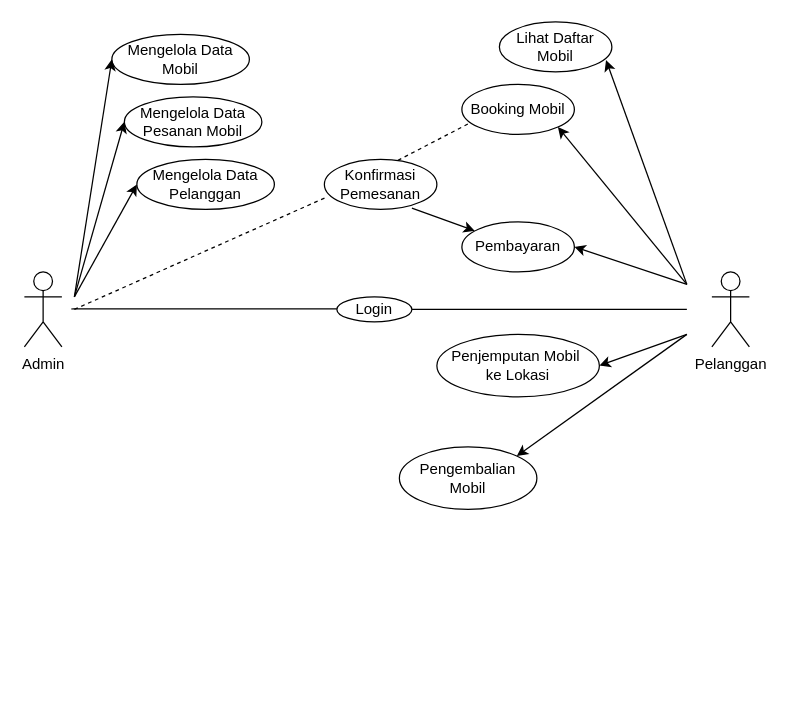
This is Use Case Diagram.drawio from AstinaWahyuni/Proyek, a draw.io file, before an edit. Source tidied: cells renumbered, new cells numbered last; positions are measured from the earlier drawing's top-left corner, leaving out a move shared by most shapes. Both pictures are drawn from the tidied source at 125%, with x=0, y=0 at pixel (24, 21).
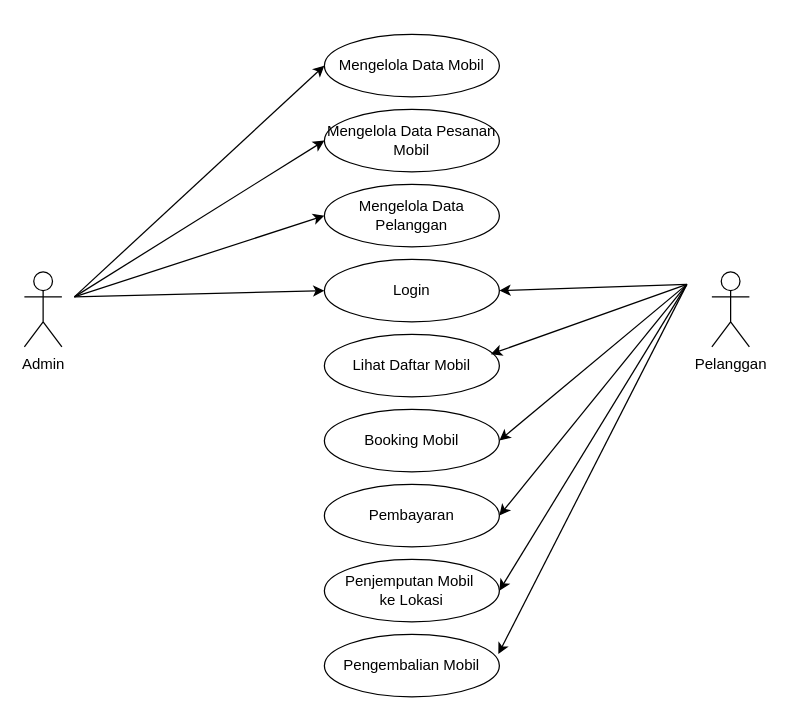
The same page after the edit.

Change to the diagram source:
```diff
@@
-    <mxCell id="4" style="edgeStyle=orthogonalEdgeStyle;rounded=0;orthogonalLoop=1;jettySize=auto;html=1;entryX=0;entryY=0.472;entryDx=0;entryDy=0;entryPerimeter=0;endArrow=none;endFill=0;" parent="1" edge="1">
-      <mxGeometry relative="1" as="geometry">
-        <mxPoint x="250" y="229.6" as="sourcePoint" />
-        <mxPoint x="37.5" y="229.7" as="targetPoint" />
-        <Array as="points">
-          <mxPoint x="39.5" y="229.6" />
-          <mxPoint x="39.5" y="229.6" />
-        </Array>
-      </mxGeometry>
-    </mxCell>
-    <mxCell id="5" style="edgeStyle=orthogonalEdgeStyle;rounded=0;jettySize=auto;html=1;endArrow=none;endFill=0;" parent="1" edge="1" source="6">
-      <mxGeometry relative="1" as="geometry">
-        <mxPoint x="530" y="230" as="targetPoint" />
-        <Array as="points">
-          <mxPoint x="530" y="230" />
-        </Array>
-      </mxGeometry>
-    </mxCell>
     <mxCell id="6" value="Login" style="ellipse;whiteSpace=wrap;html=1;" parent="1" vertex="1">
-      <mxGeometry x="250" y="220" width="60" height="20" as="geometry" />
+      <mxGeometry x="240" y="190" width="140" height="50" as="geometry" />
     </mxCell>
-    <mxCell id="7" style="endArrow=none;html=1;rounded=0;startArrow=classic;startFill=1;exitX=1;exitY=1;exitDx=0;exitDy=0;" parent="1" edge="1" source="14">
+    <mxCell id="7" style="endArrow=none;html=1;rounded=0;startArrow=classic;startFill=1;exitX=1;exitY=0.5;exitDx=0;exitDy=0;" parent="1" edge="1" source="14">
       <mxGeometry relative="1" as="geometry">
         <mxPoint x="530" y="210" as="targetPoint" />
       </mxGeometry>
     </mxCell>
     <mxCell id="8" value="Mengelola Data Mobil" style="ellipse;whiteSpace=wrap;html=1;" parent="1" vertex="1">
-      <mxGeometry x="70" y="10" width="110" height="40" as="geometry" />
+      <mxGeometry x="240" y="10" width="140" height="50" as="geometry" />
     </mxCell>
     <mxCell id="9" value="Mengelola Data Pesanan Mobil" style="ellipse;whiteSpace=wrap;html=1;" parent="1" vertex="1">
-      <mxGeometry x="80" y="60" width="110" height="40" as="geometry" />
+      <mxGeometry x="240" y="70" width="140" height="50" as="geometry" />
     </mxCell>
     <mxCell id="10" value="Mengelola Data Pelanggan" style="ellipse;whiteSpace=wrap;html=1;" parent="1" vertex="1">
-      <mxGeometry x="90" y="110" width="110" height="40" as="geometry" />
+      <mxGeometry x="240" y="130" width="140" height="50" as="geometry" />
     </mxCell>
@@
     <mxCell id="14" value="Booking Mobil" style="ellipse;whiteSpace=wrap;html=1;" parent="1" vertex="1">
-      <mxGeometry x="350" y="50" width="90" height="40" as="geometry" />
+      <mxGeometry x="240" y="310" width="140" height="50" as="geometry" />
     </mxCell>
-    <mxCell id="15" value="Konfirmasi Pemesanan" style="ellipse;whiteSpace=wrap;html=1;" parent="1" vertex="1">
-      <mxGeometry x="240" y="110" width="90" height="40" as="geometry" />
-    </mxCell>
-    <mxCell id="16" style="endArrow=none;html=1;rounded=0;dashed=1;endFill=0;startArrow=none;startFill=0;entryX=0.012;entryY=0.763;entryDx=0;entryDy=0;entryPerimeter=0;" parent="1" edge="1" target="15">
-      <mxGeometry relative="1" as="geometry">
-        <mxPoint x="40" y="230" as="sourcePoint" />
-      </mxGeometry>
-    </mxCell>
     <mxCell id="17" value="Pembayaran" style="ellipse;whiteSpace=wrap;html=1;" parent="1" vertex="1">
-      <mxGeometry x="350" y="160" width="90" height="40" as="geometry" />
+      <mxGeometry x="240" y="370" width="140" height="50" as="geometry" />
     </mxCell>
@@
     <mxCell id="19" value="Lihat Daftar Mobil" style="ellipse;whiteSpace=wrap;html=1;" parent="1" vertex="1">
-      <mxGeometry x="380" width="90" height="40" as="geometry" />
+      <mxGeometry x="240" y="250" width="140" height="50" as="geometry" />
     </mxCell>
-    <mxCell id="20" style="endArrow=none;html=1;rounded=0;startArrow=classic;startFill=1;exitX=0.948;exitY=0.763;exitDx=0;exitDy=0;exitPerimeter=0;" parent="1" edge="1" source="19">
+    <mxCell id="20" style="endArrow=none;html=1;rounded=0;startArrow=classic;startFill=1;exitX=0.951;exitY=0.316;exitDx=0;exitDy=0;exitPerimeter=0;" parent="1" edge="1" source="19">
       <mxGeometry relative="1" as="geometry">
         <mxPoint x="530" y="210" as="targetPoint" />
       </mxGeometry>
     </mxCell>
-    <mxCell id="21" style="endArrow=none;dashed=1;html=1;rounded=0;exitX=0.654;exitY=0.019;exitDx=0;exitDy=0;exitPerimeter=0;endFill=0;startArrow=none;startFill=0;entryX=0.056;entryY=0.79;entryDx=0;entryDy=0;entryPerimeter=0;" parent="1" edge="1" source="15" target="14">
-      <mxGeometry relative="1" as="geometry" />
-    </mxCell>
     <mxCell id="22" value="Penjemputan Mobil&amp;nbsp;&lt;div&gt;ke Lokasi&lt;/div&gt;" style="ellipse;whiteSpace=wrap;html=1;" parent="1" vertex="1">
-      <mxGeometry x="330" y="250" width="130" height="50" as="geometry" />
+      <mxGeometry x="240" y="430" width="140" height="50" as="geometry" />
     </mxCell>
     <mxCell id="23" value="Pengembalian Mobil" style="ellipse;whiteSpace=wrap;html=1;" parent="1" vertex="1">
-      <mxGeometry x="300" y="340" width="110" height="50" as="geometry" />
+      <mxGeometry x="240" y="490" width="140" height="50" as="geometry" />
     </mxCell>
-    <mxCell id="24" style="endArrow=classic;html=1;rounded=0;exitX=0.778;exitY=0.975;exitDx=0;exitDy=0;exitPerimeter=0;" parent="1" edge="1" source="15" target="17">
-      <mxGeometry relative="1" as="geometry" />
-    </mxCell>
     <mxCell id="25" style="endArrow=classic;html=1;rounded=0;entryX=1;entryY=0.5;entryDx=0;entryDy=0;endFill=1;" parent="1" edge="1" target="22">
       <mxGeometry relative="1" as="geometry">
-        <mxPoint x="530" y="250" as="sourcePoint" />
+        <mxPoint x="530" y="210" as="sourcePoint" />
       </mxGeometry>
     </mxCell>
-    <mxCell id="26" style="endArrow=classic;html=1;rounded=0;entryX=1;entryY=0;entryDx=0;entryDy=0;endFill=1;" parent="1" edge="1" target="23">
+    <mxCell id="26" style="endArrow=classic;html=1;rounded=0;entryX=0.994;entryY=0.316;entryDx=0;entryDy=0;endFill=1;entryPerimeter=0;" parent="1" edge="1" target="23">
       <mxGeometry relative="1" as="geometry">
-        <mxPoint x="530" y="250" as="sourcePoint" />
+        <mxPoint x="530" y="210" as="sourcePoint" />
       </mxGeometry>
     </mxCell>
+    <mxCell id="27" style="endArrow=classic;html=1;rounded=0;entryX=0;entryY=0.5;entryDx=0;entryDy=0;" parent="1" edge="1" target="6">
+      <mxGeometry relative="1" as="geometry">
+        <mxPoint x="40" y="220" as="sourcePoint" />
+      </mxGeometry>
+    </mxCell>
+    <mxCell id="28" style="endArrow=none;html=1;rounded=0;startArrow=classic;startFill=1;exitX=1;exitY=0.5;exitDx=0;exitDy=0;" parent="1" edge="1" source="6">
+      <mxGeometry relative="1" as="geometry">
+        <mxPoint x="530" y="210" as="targetPoint" />
+      </mxGeometry>
+    </mxCell>
```
